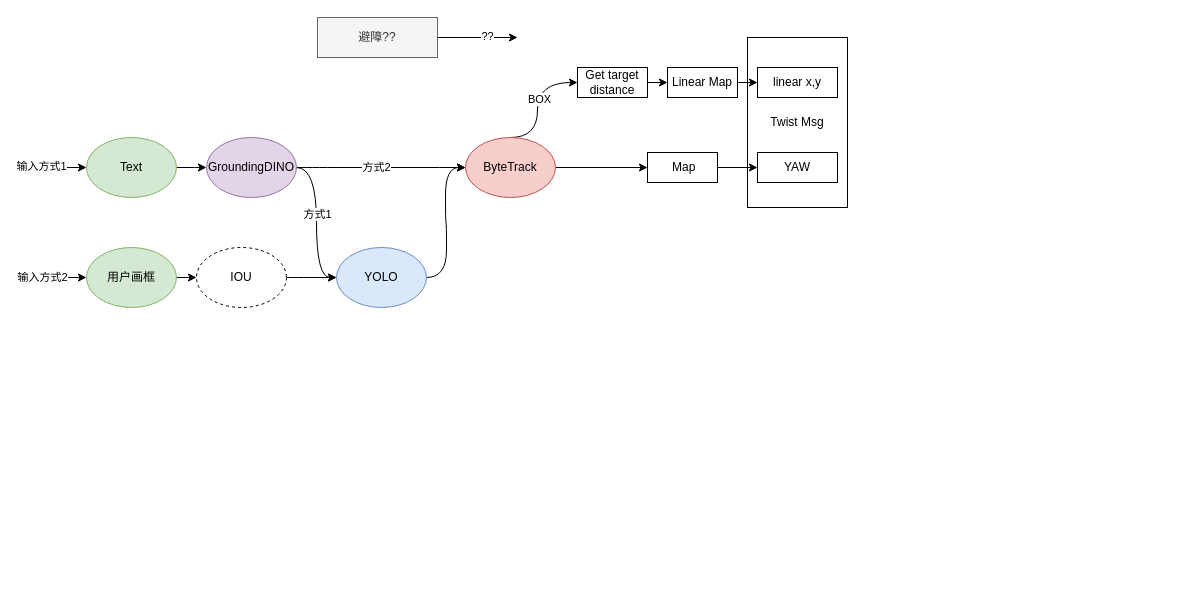
Above: LLM/经典跟踪方法.drawio in mailonghua/drawio (draw.io), before the change. Source tidied: cells renumbered, new cells numbered last; positions are measured from the earlier drawing's top-left corner, leaving out a move shared by most shapes. Both pictures are drawn from the tidied source at 100%, with x=0, y=0 at pixel (26, 17).
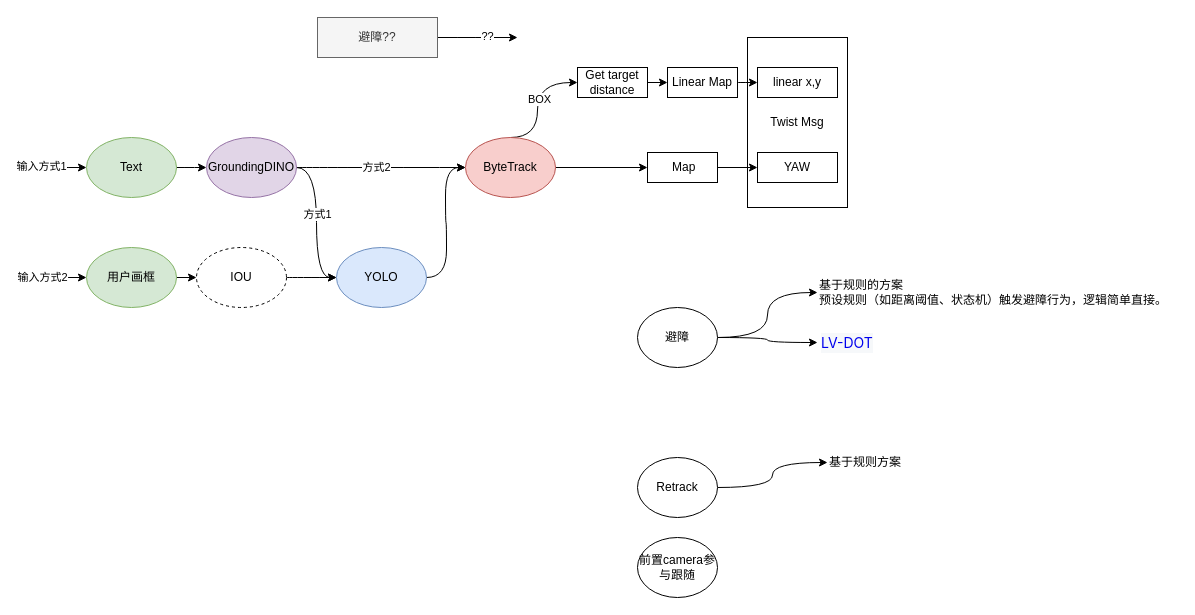
Above is the later version.

Commit message:
更新经典跟踪方法.drawio

Diff of the diagram source:
```diff
@@
+    <mxCell id="35" style="edgeStyle=orthogonalEdgeStyle;curved=1;rounded=0;jettySize=auto;html=1;exitX=1;exitY=0.5;exitDx=0;exitDy=0;entryX=0;entryY=0.5;entryDx=0;entryDy=0;" parent="1" edge="1" source="37" target="39">
+      <mxGeometry relative="1" as="geometry" />
+    </mxCell>
+    <mxCell id="36" style="edgeStyle=orthogonalEdgeStyle;curved=1;rounded=0;jettySize=auto;html=1;exitX=1;exitY=0.5;exitDx=0;exitDy=0;entryX=0;entryY=0.5;entryDx=0;entryDy=0;" parent="1" edge="1" source="37" target="43">
+      <mxGeometry relative="1" as="geometry" />
+    </mxCell>
+    <mxCell id="37" value="避障" style="ellipse;whiteSpace=wrap;html=1;" parent="1" vertex="1">
+      <mxGeometry x="611" y="290" width="80" height="60" as="geometry" />
+    </mxCell>
+    <mxCell id="38" value="前置camera参与跟随" style="ellipse;whiteSpace=wrap;html=1;" parent="1" vertex="1">
+      <mxGeometry x="611" y="520" width="80" height="60" as="geometry" />
+    </mxCell>
+    <mxCell id="39" value="基于规则的方案&lt;br&gt;预设规则（如距离阈值、状态机）触发避障行为，逻辑简单直接。" style="text;strokeColor=none;align=left;fillColor=none;html=1;verticalAlign=middle;whiteSpace=wrap;rounded=0;labelBorderColor=none;" parent="1" vertex="1">
+      <mxGeometry x="791" y="260" width="360" height="30" as="geometry" />
+    </mxCell>
+    <mxCell id="40" style="edgeStyle=orthogonalEdgeStyle;curved=1;rounded=0;jettySize=auto;html=1;exitX=1;exitY=0.5;exitDx=0;exitDy=0;entryX=0;entryY=0.5;entryDx=0;entryDy=0;" parent="1" edge="1" source="41" target="42">
+      <mxGeometry relative="1" as="geometry" />
+    </mxCell>
+    <mxCell id="41" value="Retrack" style="ellipse;whiteSpace=wrap;html=1;" parent="1" vertex="1">
+      <mxGeometry x="611" y="440" width="80" height="60" as="geometry" />
+    </mxCell>
+    <mxCell id="42" value="基于规则方案" style="text;strokeColor=none;align=left;fillColor=none;html=1;verticalAlign=middle;whiteSpace=wrap;rounded=0;" parent="1" vertex="1">
+      <mxGeometry x="801" y="430" width="130" height="30" as="geometry" />
+    </mxCell>
+    <mxCell id="43" value="&lt;a style=&quot;box-sizing: border-box; background-color: rgb(246, 248, 250); display: flex; align-items: center; min-width: 3ch; line-height: var(--text-body-lineHeight-medium, 1.4285714286); border-radius: var(--borderRadius-medium); padding-inline: var(--base-size-6); padding-block: var(--base-size-4); font-weight: var(--base-text-weight-semibold); font-family: -apple-system, &amp;quot;system-ui&amp;quot;, &amp;quot;Segoe UI&amp;quot;, &amp;quot;Noto Sans&amp;quot;, Helvetica, Arial, sans-serif, &amp;quot;Apple Color Emoji&amp;quot;, &amp;quot;Segoe UI Emoji&amp;quot;; font-size: 14px; text-align: start; text-decoration-line: none !important;&quot; class=&quot;AppHeader-context-item&quot; id=&quot;contextregion-repositorycrumb-lv-dot-link&quot; aria-current=&quot;page&quot; href=&quot;https://github.com/Zhefan-Xu/LV-DOT&quot;&gt;&lt;span style=&quot;box-sizing: border-box; display: inline-block; overflow: hidden; text-overflow: ellipsis; text-wrap: nowrap;&quot; class=&quot;AppHeader-context-item-label&quot;&gt;LV-DOT&lt;/span&gt;&lt;/a&gt;" style="text;strokeColor=none;align=center;fillColor=none;html=1;verticalAlign=middle;whiteSpace=wrap;rounded=0;" parent="1" vertex="1">
+      <mxGeometry x="791" y="310" width="60" height="30" as="geometry" />
+    </mxCell>
```
